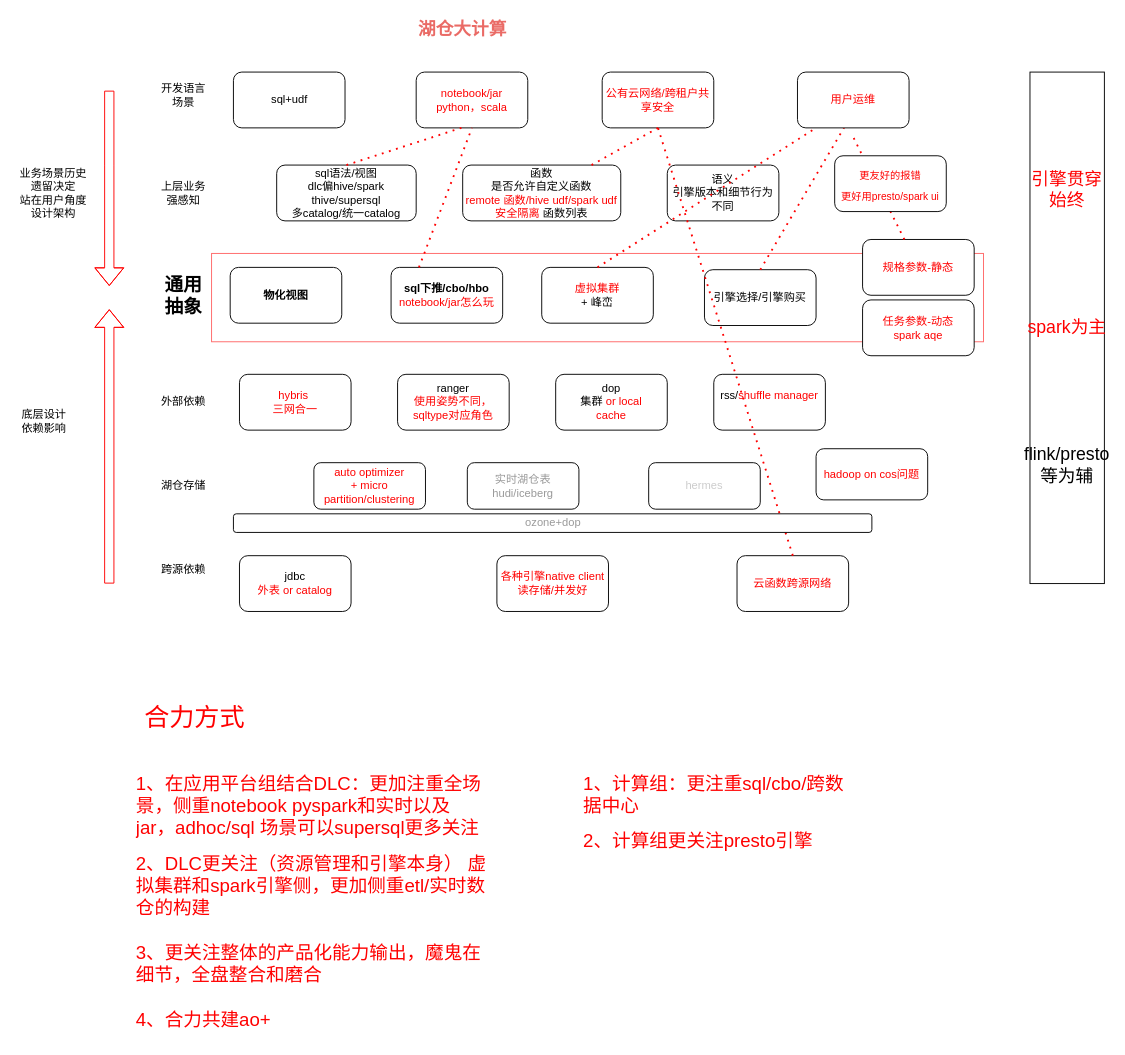
The draw.io diagram 统一计算.drawio in yuhuali1989/ui, before the edit. Source tidied: cells renumbered, new cells numbered last; positions are measured from the earlier drawing's top-left corner, leaving out a move shared by most shapes. Both pictures are drawn from the tidied source at 93%, with x=0, y=0 at pixel (16, 16).
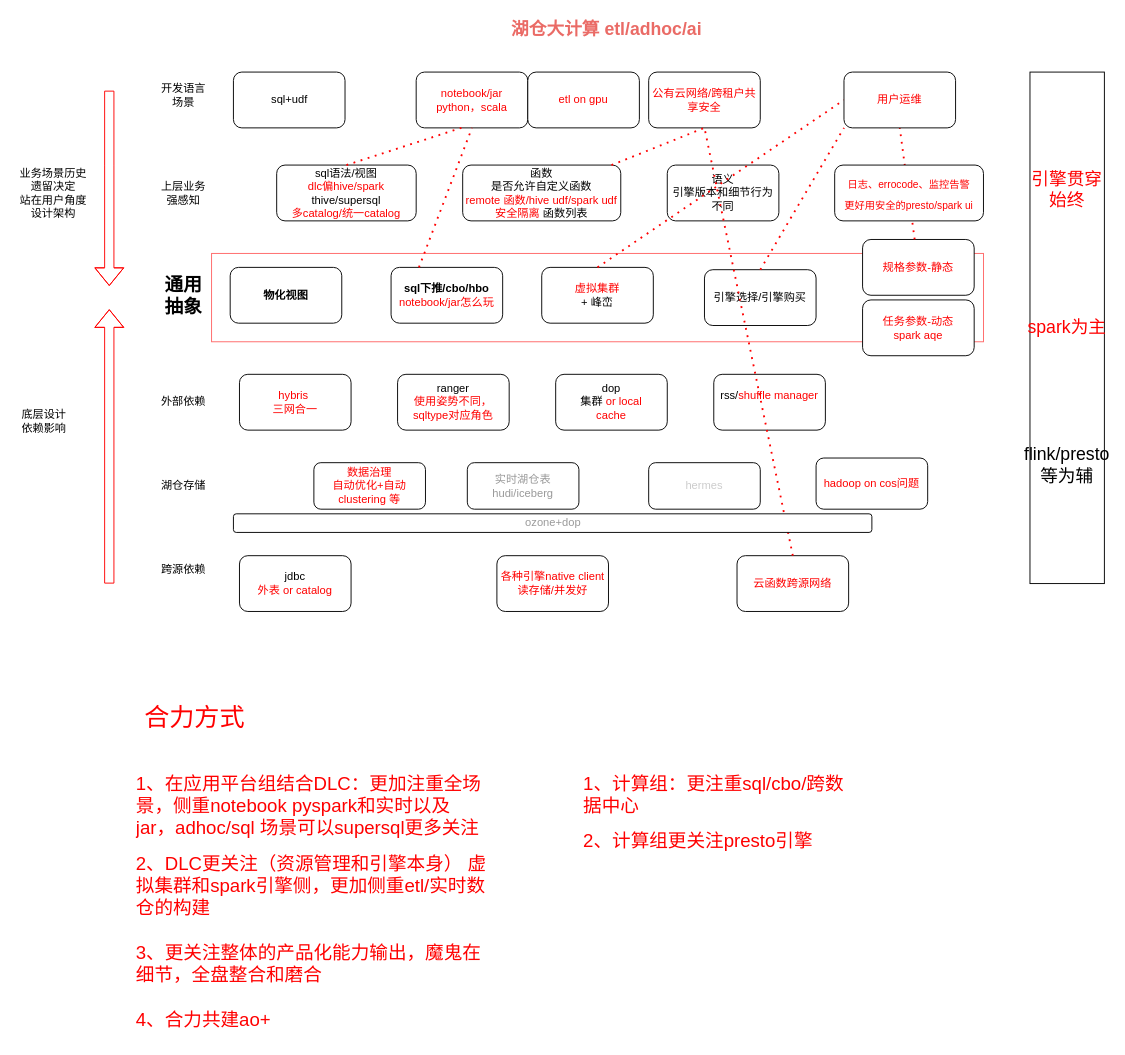
The same page after the edit.

Unchanged cells that the change refers to:
```xml
<mxCell id="13" value="&lt;font&gt;引擎选择/引擎购买&lt;/font&gt;" style="rounded=1;whiteSpace=wrap;html=1;strokeColor=#000000;fontColor=#000000;" parent="1" vertex="1">
  <mxGeometry x="740" y="272.5" width="120" height="60" as="geometry" />
</mxCell>
<mxCell id="15" value="&lt;font&gt;虚拟集群&lt;br&gt;&lt;font color=&quot;#000000&quot;&gt;+ 峰峦&lt;/font&gt;&lt;br&gt;&lt;/font&gt;" style="rounded=1;whiteSpace=wrap;html=1;fontColor=#FF0000;" parent="1" vertex="1">
  <mxGeometry x="565" y="270" width="120" height="60" as="geometry" />
</mxCell>
<mxCell id="44" value="规格参数-静态" style="rounded=1;whiteSpace=wrap;html=1;fontColor=#FF0000;" parent="1" vertex="1">
  <mxGeometry x="910" y="240" width="120" height="60" as="geometry" />
</mxCell>
```

Diff of the diagram source:
```diff
@@
-    <mxCell id="3" value="&lt;font&gt;sql语法/视图&lt;br&gt;&lt;/font&gt;dlc偏hive/spark&lt;br&gt;thive/supersql&lt;br&gt;多catalog/统一catalog" style="rounded=1;whiteSpace=wrap;html=1;fontColor=#000000;" parent="1" vertex="1">
+    <mxCell id="3" value="&lt;font&gt;sql语法/视图&lt;br&gt;&lt;/font&gt;&lt;font color=&quot;#ff0000&quot;&gt;dlc偏hive/spark&lt;br&gt;&lt;/font&gt;thive/supersql&lt;br&gt;&lt;font color=&quot;#ff0000&quot;&gt;多catalog/统一catalog&lt;/font&gt;" style="rounded=1;whiteSpace=wrap;html=1;fontColor=#000000;" parent="1" vertex="1">
       <mxGeometry x="280" y="160" width="150" height="60" as="geometry" />
     </mxCell>
@@
     <mxCell id="23" value="&lt;font&gt;公有云网络/跨租户共享安全&lt;/font&gt;" style="rounded=1;whiteSpace=wrap;html=1;fontColor=#FF0000;" parent="1" vertex="1">
-      <mxGeometry x="630" y="60" width="120" height="60" as="geometry" />
+      <mxGeometry x="680" y="60" width="120" height="60" as="geometry" />
     </mxCell>
@@
-    <mxCell id="25" style="endArrow=none;dashed=1;html=1;dashPattern=1 3;strokeWidth=2;rounded=0;strokeColor=#FF0000;fontColor=#000000;entryX=0.5;entryY=1;entryDx=0;entryDy=0;exitX=0.5;exitY=0;exitDx=0;exitDy=0;" parent="1" edge="1" source="13">
-      <mxGeometry relative="1" as="geometry">
-        <mxPoint x="890" y="120" as="targetPoint" />
-      </mxGeometry>
+    <mxCell id="25" style="endArrow=none;dashed=1;html=1;dashPattern=1 3;strokeWidth=2;rounded=0;strokeColor=#FF0000;fontColor=#000000;entryX=0;entryY=1;entryDx=0;entryDy=0;exitX=0.5;exitY=0;exitDx=0;exitDy=0;" parent="1" edge="1" source="13" target="49">
+      <mxGeometry relative="1" as="geometry" />
     </mxCell>
@@
-    <mxCell id="31" value="&lt;b&gt;&lt;font style=&quot;font-size: 19px;&quot; color=&quot;#ea6b66&quot;&gt;湖仓大计算&lt;/font&gt;&lt;/b&gt;" style="text;html=1;strokeColor=none;fillColor=none;align=center;verticalAlign=middle;whiteSpace=wrap;rounded=0;fontColor=#000000;" parent="1" vertex="1">
-      <mxGeometry x="100" width="760" height="30" as="geometry" />
+    <mxCell id="31" value="&lt;b&gt;&lt;font style=&quot;font-size: 19px;&quot; color=&quot;#ea6b66&quot;&gt;湖仓大计算 etl/adhoc/ai&lt;/font&gt;&lt;/b&gt;" style="text;html=1;strokeColor=none;fillColor=none;align=center;verticalAlign=middle;whiteSpace=wrap;rounded=0;fontColor=#000000;" parent="1" vertex="1">
+      <mxGeometry x="100" width="1070" height="30" as="geometry" />
     </mxCell>
@@
-    <mxCell id="36" value="auto optimizer&lt;br&gt;+ micro partition/clustering" style="rounded=1;whiteSpace=wrap;html=1;strokeColor=#000000;fontColor=#FF0000;" parent="1" vertex="1">
+    <mxCell id="36" value="数据治理&lt;br&gt;自动优化+自动clustering 等" style="rounded=1;whiteSpace=wrap;html=1;strokeColor=#000000;fontColor=#FF0000;" parent="1" vertex="1">
       <mxGeometry x="320" y="480" width="120" height="50" as="geometry" />
     </mxCell>
@@
-    <mxCell id="45" style="endArrow=none;dashed=1;html=1;dashPattern=1 3;strokeWidth=2;rounded=0;strokeColor=#FF0000;fontColor=#000000;entryX=0.5;entryY=1;entryDx=0;entryDy=0;" parent="1" edge="1" source="44">
-      <mxGeometry relative="1" as="geometry">
-        <mxPoint x="900" y="130" as="targetPoint" />
-      </mxGeometry>
+    <mxCell id="45" style="endArrow=none;dashed=1;html=1;dashPattern=1 3;strokeWidth=2;rounded=0;strokeColor=#FF0000;fontColor=#000000;entryX=0.5;entryY=1;entryDx=0;entryDy=0;" parent="1" edge="1" source="44" target="49">
+      <mxGeometry relative="1" as="geometry" />
     </mxCell>
@@
-    <mxCell id="47" style="endArrow=none;dashed=1;html=1;dashPattern=1 3;strokeWidth=2;rounded=0;strokeColor=#FF0000;fontColor=#000000;entryX=0.25;entryY=1;entryDx=0;entryDy=0;exitX=0.5;exitY=0;exitDx=0;exitDy=0;" parent="1" edge="1" source="15">
-      <mxGeometry relative="1" as="geometry">
-        <mxPoint x="860" y="120" as="targetPoint" />
-      </mxGeometry>
+    <mxCell id="47" style="endArrow=none;dashed=1;html=1;dashPattern=1 3;strokeWidth=2;rounded=0;strokeColor=#FF0000;fontColor=#000000;entryX=0;entryY=0.5;entryDx=0;entryDy=0;exitX=0.5;exitY=0;exitDx=0;exitDy=0;" parent="1" edge="1" source="15" target="49">
+      <mxGeometry relative="1" as="geometry" />
     </mxCell>
     <mxCell id="48" value="&lt;font color=&quot;#ff0000&quot;&gt;hadoop on cos问题&lt;/font&gt;" style="rounded=1;whiteSpace=wrap;html=1;strokeColor=#000000;fontColor=#CCCCCC;" parent="1" vertex="1">
-      <mxGeometry x="860" y="465" width="120" height="55" as="geometry" />
+      <mxGeometry x="860" y="475" width="120" height="55" as="geometry" />
     </mxCell>
     <mxCell id="49" value="&lt;font&gt;用户运维&lt;/font&gt;" style="rounded=1;whiteSpace=wrap;html=1;fontColor=#FF0000;" parent="1" vertex="1">
-      <mxGeometry x="840" y="60" width="120" height="60" as="geometry" />
+      <mxGeometry x="890" y="60" width="120" height="60" as="geometry" />
     </mxCell>
-    <mxCell id="50" value="&lt;font style=&quot;font-size: 11px;&quot;&gt;更友好的报错&lt;br style=&quot;font-size: 11px;&quot;&gt;更好用presto/spark ui&lt;/font&gt;" style="rounded=1;whiteSpace=wrap;html=1;fontSize=19;fontColor=#FF0000;" parent="1" vertex="1">
-      <mxGeometry x="880" y="150" width="120" height="60" as="geometry" />
+    <mxCell id="50" value="&lt;font style=&quot;font-size: 11px;&quot;&gt;日志、errocode、监控告警&lt;br&gt;更好用安全的presto/spark ui&lt;/font&gt;" style="rounded=1;whiteSpace=wrap;html=1;fontSize=19;fontColor=#FF0000;" parent="1" vertex="1">
+      <mxGeometry x="880" y="160" width="160" height="60" as="geometry" />
     </mxCell>
+    <mxCell id="51" value="etl on gpu" style="rounded=1;whiteSpace=wrap;html=1;fontColor=#FF0000;" parent="1" vertex="1">
+      <mxGeometry x="550" y="60" width="120" height="60" as="geometry" />
+    </mxCell>
```
